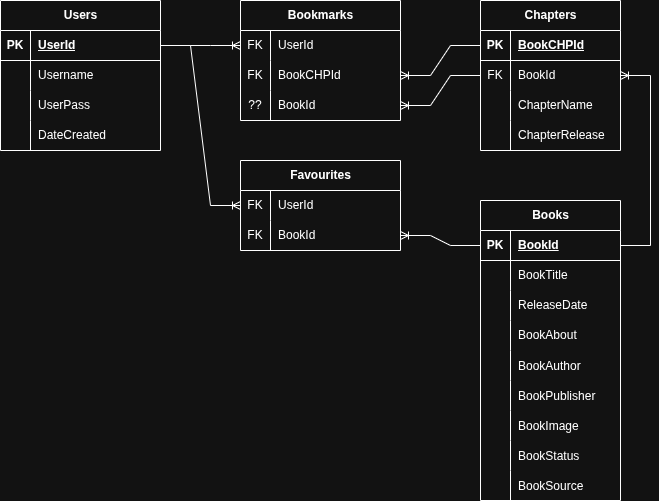
Before: SlimeBalls/DBDesignAssets/DatabaseDiagram.png, a diagram exported from draw.io (Fabi985/Second-year-uni-proj). Source tidied: cells renumbered, new cells last; positions are measured from the earlier drawing's top-left corner, leaving out a move shared by most shapes.
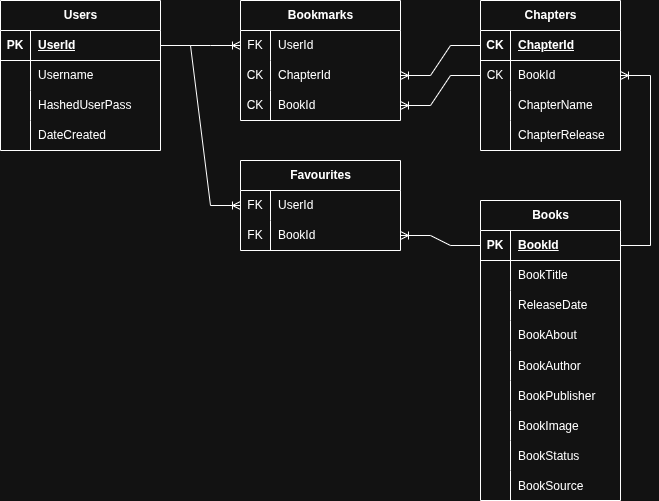
Above is the later version.

Diff of the diagram source:
```diff
@@ -29,7 +29,7 @@
     <mxCell id="10" style="shape=partialRectangle;fillColor=none;top=0;left=0;bottom=0;right=0;overflow=hidden;whiteSpace=wrap;html=1;" parent="9" vertex="1">
       <mxGeometry width="30" height="30" as="geometry" />
     </mxCell>
-    <mxCell id="11" value="UserPass&amp;nbsp;" style="shape=partialRectangle;fillColor=none;top=0;left=0;bottom=0;right=0;align=left;spacingLeft=6;overflow=hidden;whiteSpace=wrap;html=1;" parent="9" vertex="1">
+    <mxCell id="11" value="Hashed&lt;span style=&quot;background-color: transparent; color: light-dark(rgb(0, 0, 0), rgb(255, 255, 255));&quot;&gt;UserPass&amp;nbsp;&lt;/span&gt;" style="shape=partialRectangle;fillColor=none;top=0;left=0;bottom=0;right=0;align=left;spacingLeft=6;overflow=hidden;whiteSpace=wrap;html=1;" parent="9" vertex="1">
       <mxGeometry x="30" width="130" height="30" as="geometry" />
     </mxCell>
     <mxCell id="12" style="shape=tableRow;horizontal=0;startSize=0;swimlaneHead=0;swimlaneBody=0;fillColor=none;top=0;left=0;right=0;bottom=0;" parent="2" vertex="1">
@@ -131,16 +131,16 @@
     <mxCell id="44" style="shape=tableRow;horizontal=0;startSize=0;swimlaneHead=0;swimlaneBody=0;fillColor=none;points=[[0,0.5],[1,0.5]];portConstraint=eastwest;top=0;left=0;right=0;bottom=1;" parent="43" vertex="1">
       <mxGeometry y="30" width="140" height="30" as="geometry" />
     </mxCell>
-    <mxCell id="45" value="PK" style="shape=partialRectangle;fillColor=none;top=0;left=0;bottom=0;right=0;fontStyle=1;overflow=hidden;whiteSpace=wrap;html=1;" parent="44" vertex="1">
+    <mxCell id="45" value="CK" style="shape=partialRectangle;fillColor=none;top=0;left=0;bottom=0;right=0;fontStyle=1;overflow=hidden;whiteSpace=wrap;html=1;" parent="44" vertex="1">
       <mxGeometry width="30" height="30" as="geometry" />
     </mxCell>
-    <mxCell id="46" value="BookCHPId" style="shape=partialRectangle;fillColor=none;top=0;left=0;bottom=0;right=0;align=left;spacingLeft=6;fontStyle=5;overflow=hidden;whiteSpace=wrap;html=1;" parent="44" vertex="1">
+    <mxCell id="46" value="ChapterId" style="shape=partialRectangle;fillColor=none;top=0;left=0;bottom=0;right=0;align=left;spacingLeft=6;fontStyle=5;overflow=hidden;whiteSpace=wrap;html=1;" parent="44" vertex="1">
       <mxGeometry x="30" width="110" height="30" as="geometry" />
     </mxCell>
     <mxCell id="47" style="shape=tableRow;horizontal=0;startSize=0;swimlaneHead=0;swimlaneBody=0;fillColor=none;points=[[0,0.5],[1,0.5]];portConstraint=eastwest;top=0;left=0;right=0;bottom=0;" parent="43" vertex="1">
       <mxGeometry y="60" width="140" height="30" as="geometry" />
     </mxCell>
-    <mxCell id="48" value="FK" style="shape=partialRectangle;fillColor=none;top=0;left=0;bottom=0;right=0;fontStyle=0;overflow=hidden;whiteSpace=wrap;html=1;" parent="47" vertex="1">
+    <mxCell id="48" value="CK" style="shape=partialRectangle;fillColor=none;top=0;left=0;bottom=0;right=0;fontStyle=0;overflow=hidden;whiteSpace=wrap;html=1;" parent="47" vertex="1">
       <mxGeometry width="30" height="30" as="geometry" />
     </mxCell>
     <mxCell id="49" value="BookId" style="shape=partialRectangle;fillColor=none;top=0;left=0;bottom=0;right=0;align=left;spacingLeft=6;fontStyle=0;overflow=hidden;whiteSpace=wrap;html=1;" parent="47" vertex="1">
@@ -179,16 +179,16 @@
     <mxCell id="60" style="shape=tableRow;horizontal=0;startSize=0;swimlaneHead=0;swimlaneBody=0;fillColor=none;points=[[0,0.5],[1,0.5]];portConstraint=eastwest;top=0;left=0;right=0;bottom=0;" parent="56" vertex="1">
       <mxGeometry y="60" width="160" height="30" as="geometry" />
     </mxCell>
-    <mxCell id="61" value="FK" style="shape=partialRectangle;fillColor=none;top=0;left=0;bottom=0;right=0;fontStyle=0;overflow=hidden;whiteSpace=wrap;html=1;" parent="60" vertex="1">
+    <mxCell id="61" value="CK" style="shape=partialRectangle;fillColor=none;top=0;left=0;bottom=0;right=0;fontStyle=0;overflow=hidden;whiteSpace=wrap;html=1;" parent="60" vertex="1">
       <mxGeometry width="30" height="30" as="geometry" />
     </mxCell>
-    <mxCell id="62" value="BookCHPId" style="shape=partialRectangle;fillColor=none;top=0;left=0;bottom=0;right=0;align=left;spacingLeft=6;fontStyle=0;overflow=hidden;whiteSpace=wrap;html=1;" parent="60" vertex="1">
+    <mxCell id="62" value="ChapterId" style="shape=partialRectangle;fillColor=none;top=0;left=0;bottom=0;right=0;align=left;spacingLeft=6;fontStyle=0;overflow=hidden;whiteSpace=wrap;html=1;" parent="60" vertex="1">
       <mxGeometry x="30" width="130" height="30" as="geometry" />
     </mxCell>
     <mxCell id="63" style="shape=tableRow;horizontal=0;startSize=0;swimlaneHead=0;swimlaneBody=0;fillColor=none;points=[[0,0.5],[1,0.5]];portConstraint=eastwest;top=0;left=0;right=0;bottom=0;" parent="56" vertex="1">
       <mxGeometry y="90" width="160" height="30" as="geometry" />
     </mxCell>
-    <mxCell id="64" value="??" style="shape=partialRectangle;fillColor=none;top=0;left=0;bottom=0;right=0;fontStyle=0;overflow=hidden;whiteSpace=wrap;html=1;" parent="63" vertex="1">
+    <mxCell id="64" value="CK" style="shape=partialRectangle;fillColor=none;top=0;left=0;bottom=0;right=0;fontStyle=0;overflow=hidden;whiteSpace=wrap;html=1;" parent="63" vertex="1">
       <mxGeometry width="30" height="30" as="geometry" />
     </mxCell>
     <mxCell id="65" value="BookId" style="shape=partialRectangle;fillColor=none;top=0;left=0;bottom=0;right=0;align=left;spacingLeft=6;fontStyle=0;overflow=hidden;whiteSpace=wrap;html=1;" parent="63" vertex="1">
```
